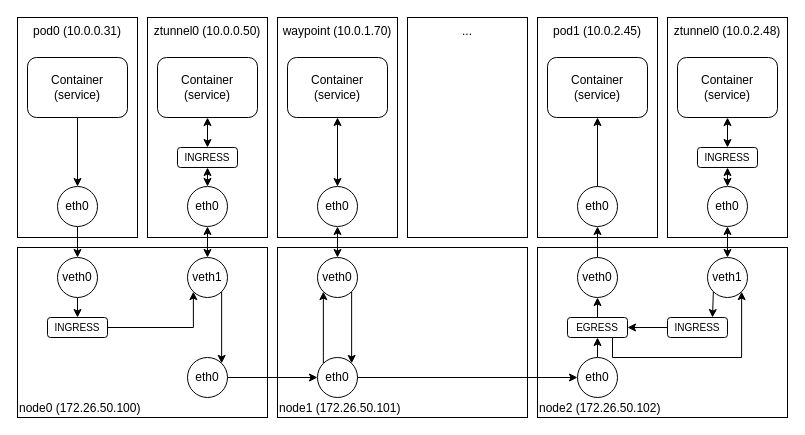
Above: page "ambientmesh" (2 of 2) of k8s.istio/k8s.istio.drawio in haruband/codebook (draw.io), before the change. Source tidied: cells renumbered, new cells numbered last; positions are measured from the earlier drawing's top-left corner, leaving out a move shared by most shapes. Both pictures are drawn from the tidied source at 100%, with x=0, y=0 at pixel (17, 17).
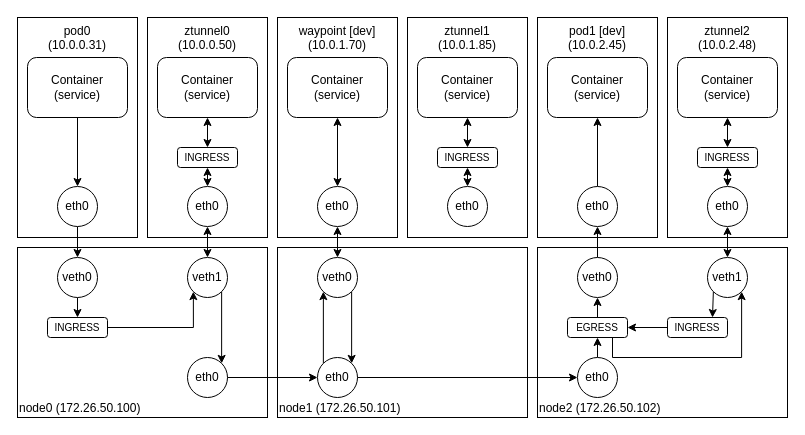
After the change.

Change to the diagram source:
```diff
@@
-    <mxCell id="2" value="pod0 (10.0.0.31)" style="rounded=0;whiteSpace=wrap;html=1;verticalAlign=top;labelPosition=center;verticalLabelPosition=middle;align=center;" parent="1" vertex="1">
+    <mxCell id="2" value="pod0&lt;br&gt;(10.0.0.31)" style="rounded=0;whiteSpace=wrap;html=1;verticalAlign=top;labelPosition=center;verticalLabelPosition=middle;align=center;" parent="1" vertex="1">
       <mxGeometry width="120" height="220" as="geometry" />
     </mxCell>
@@
-    <mxCell id="12" value="ztunnel0 (10.0.0.50)" style="rounded=0;whiteSpace=wrap;html=1;verticalAlign=top;labelPosition=center;verticalLabelPosition=middle;align=center;" parent="1" vertex="1">
+    <mxCell id="12" value="ztunnel0&lt;br&gt;(10.0.0.50)" style="rounded=0;whiteSpace=wrap;html=1;verticalAlign=top;labelPosition=center;verticalLabelPosition=middle;align=center;" parent="1" vertex="1">
       <mxGeometry x="130" width="120" height="220" as="geometry" />
     </mxCell>
@@
-    <mxCell id="20" value="waypoint (10.0.1.70)" style="rounded=0;whiteSpace=wrap;html=1;verticalAlign=top;labelPosition=center;verticalLabelPosition=middle;align=center;" parent="1" vertex="1">
+    <mxCell id="20" value="waypoint [dev]&lt;br&gt;(10.0.1.70)" style="rounded=0;whiteSpace=wrap;html=1;verticalAlign=top;labelPosition=center;verticalLabelPosition=middle;align=center;" parent="1" vertex="1">
       <mxGeometry x="260" width="120" height="220" as="geometry" />
     </mxCell>
@@
-    <mxCell id="31" value="..." style="rounded=0;whiteSpace=wrap;html=1;verticalAlign=top;labelPosition=center;verticalLabelPosition=middle;align=center;" parent="1" vertex="1">
-      <mxGeometry x="390" width="120" height="220" as="geometry" />
-    </mxCell>
-    <mxCell id="32" value="pod1 (10.0.2.45)" style="rounded=0;whiteSpace=wrap;html=1;verticalAlign=top;labelPosition=center;verticalLabelPosition=middle;align=center;" parent="1" vertex="1">
+    <mxCell id="32" value="pod1 [dev]&lt;br&gt;(10.0.2.45)" style="rounded=0;whiteSpace=wrap;html=1;verticalAlign=top;labelPosition=center;verticalLabelPosition=middle;align=center;" parent="1" vertex="1">
       <mxGeometry x="520" width="120" height="220" as="geometry" />
     </mxCell>
@@
-    <mxCell id="39" value="ztunnel0 (10.0.2.48)" style="rounded=0;whiteSpace=wrap;html=1;verticalAlign=top;labelPosition=center;verticalLabelPosition=middle;align=center;" parent="1" vertex="1">
+    <mxCell id="39" value="ztunnel2&lt;br&gt;(10.0.2.48)" style="rounded=0;whiteSpace=wrap;html=1;verticalAlign=top;labelPosition=center;verticalLabelPosition=middle;align=center;" parent="1" vertex="1">
       <mxGeometry x="650" width="120" height="220" as="geometry" />
     </mxCell>
@@
+    <mxCell id="58" value="ztunnel1&lt;br&gt;(10.0.1.85)" style="rounded=0;whiteSpace=wrap;html=1;verticalAlign=top;labelPosition=center;verticalLabelPosition=middle;align=center;" parent="1" vertex="1">
+      <mxGeometry x="390" width="120" height="220" as="geometry" />
+    </mxCell>
+    <mxCell id="59" value="Container&lt;br&gt;(service)" style="rounded=1;whiteSpace=wrap;html=1;align=center;" parent="1" vertex="1">
+      <mxGeometry x="400" y="40" width="100" height="60" as="geometry" />
+    </mxCell>
+    <mxCell id="60" style="edgeStyle=orthogonalEdgeStyle;rounded=0;jettySize=auto;html=1;exitX=0.5;exitY=0;exitDx=0;exitDy=0;entryX=0.5;entryY=1;entryDx=0;entryDy=0;startArrow=classic;startFill=1;" parent="1" edge="1" source="61" target="63">
+      <mxGeometry relative="1" as="geometry" />
+    </mxCell>
+    <mxCell id="61" value="eth0" style="ellipse;whiteSpace=wrap;html=1;fontSize=12;" parent="1" vertex="1">
+      <mxGeometry x="430" y="169" width="40" height="40" as="geometry" />
+    </mxCell>
+    <mxCell id="62" style="edgeStyle=orthogonalEdgeStyle;rounded=0;jettySize=auto;html=1;exitX=0.5;exitY=0;exitDx=0;exitDy=0;entryX=0.5;entryY=1;entryDx=0;entryDy=0;startArrow=classic;startFill=1;" parent="1" edge="1" source="63" target="59">
+      <mxGeometry relative="1" as="geometry" />
+    </mxCell>
+    <mxCell id="63" value="INGRESS" style="rounded=1;whiteSpace=wrap;html=1;align=center;fontSize=10;" parent="1" vertex="1">
+      <mxGeometry x="420" y="130" width="60" height="20" as="geometry" />
+    </mxCell>
```
